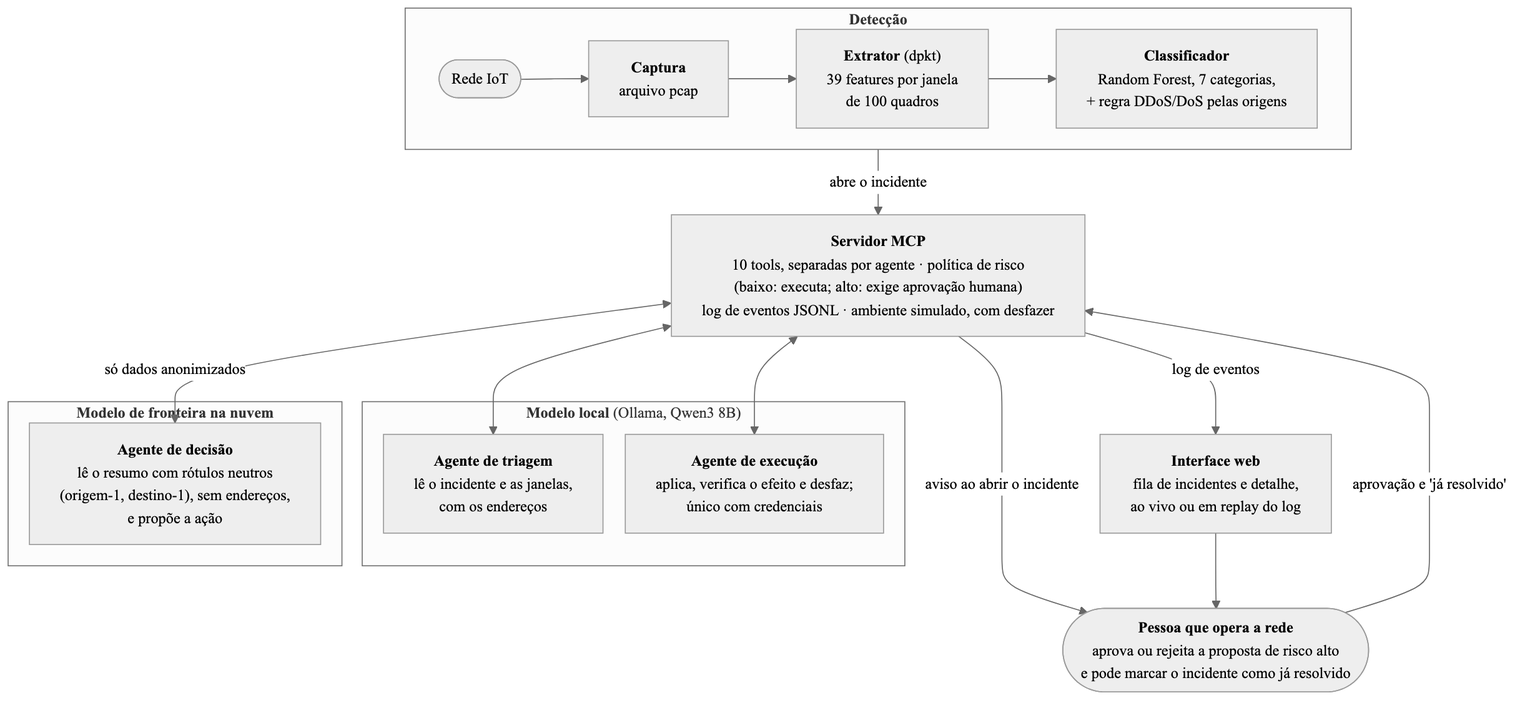
The Mermaid diagram artigo/figuras/arquitetura.png in stermiix/SentryIoT, before a commit. Its source is kept beside it as artigo/figuras/arquitetura.mmd.
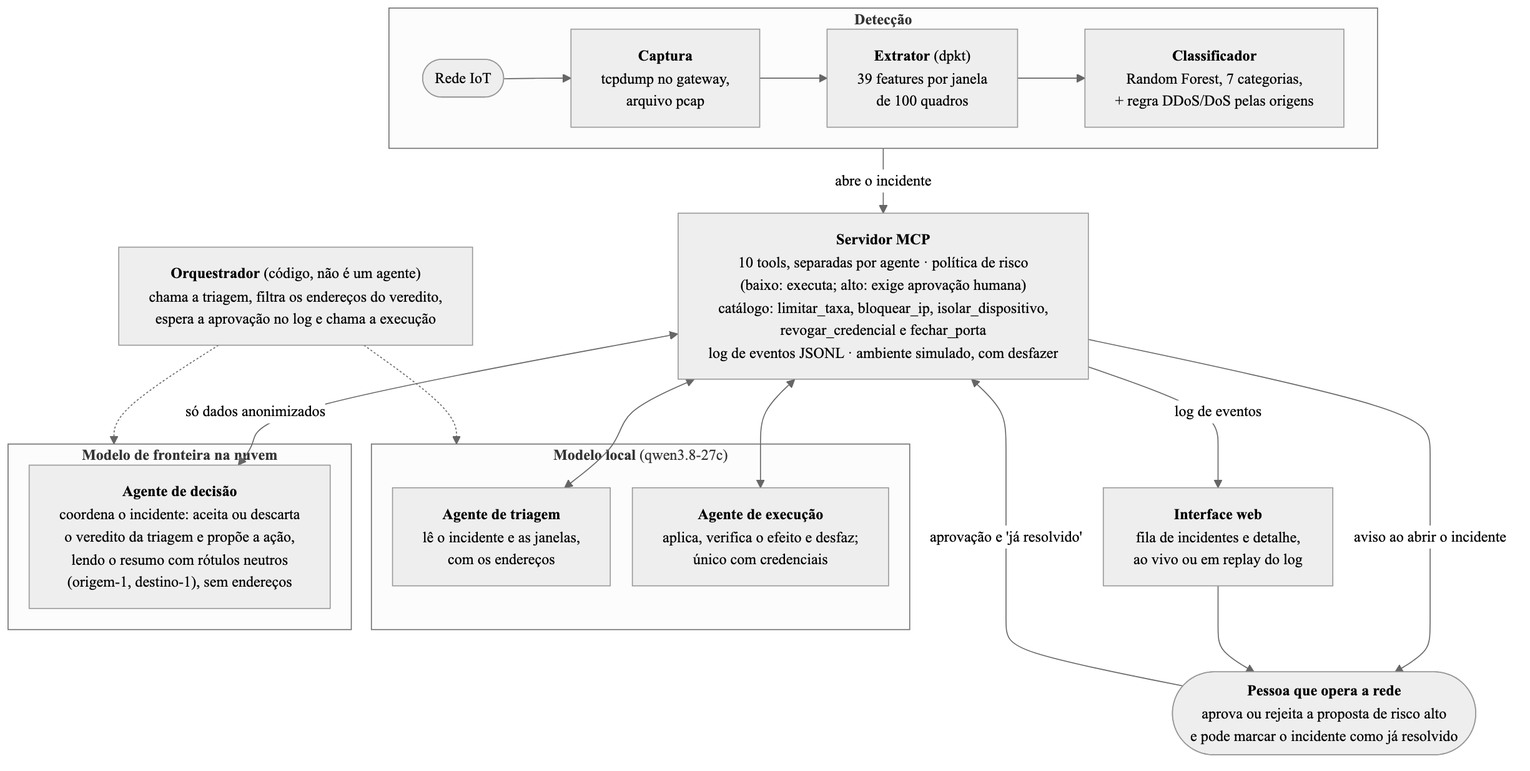
Above is the later version.

Diff of the diagram source:
```diff
@@ -2,22 +2,24 @@
 flowchart TB
     subgraph deteccao["<b>Detecção</b>"]
         direction LR
-        rede(["Rede IoT"]) --> captura["<b>Captura</b><br/>arquivo pcap"]
+        rede(["Rede IoT"]) --> captura["<b>Captura</b><br/>tcpdump no gateway,<br/>arquivo pcap"]
         captura --> extrator["<b>Extrator</b> (dpkt)<br/>39 features por janela<br/>de 100 quadros"]
         extrator --> rf["<b>Classificador</b><br/>Random Forest, 7 categorias,<br/>+ regra DDoS/DoS pelas origens"]
     end
 
-    mcp["<b>Servidor MCP</b><br/>10 tools, separadas por agente · política de risco<br/>(baixo: executa; alto: exige aprovação humana)<br/>log de eventos JSONL · ambiente simulado, com desfazer"]
+    mcp["<b>Servidor MCP</b><br/>10 tools, separadas por agente · política de risco<br/>(baixo: executa; alto: exige aprovação humana)<br/>catálogo: limitar_taxa, bloquear_ip, isolar_dispositivo,<br/>revogar_credencial e fechar_porta<br/>log de eventos JSONL · ambiente simulado, com desfazer"]
 
-    subgraph local["<b>Modelo local</b> (Ollama, Qwen3 8B)"]
+    subgraph local["<b>Modelo local</b> (qwen3.8-27c)"]
         direction LR
         triagem["<b>Agente de triagem</b><br/>lê o incidente e as janelas,<br/>com os endereços"]
         execucao["<b>Agente de execução</b><br/>aplica, verifica o efeito e desfaz;<br/>único com credenciais"]
     end
 
     subgraph nuvem["<b>Modelo de fronteira na nuvem</b>"]
-        decisao["<b>Agente de decisão</b><br/>lê o resumo com rótulos neutros<br/>(origem-1, destino-1), sem endereços,<br/>e propõe a ação"]
+        decisao["<b>Agente de decisão</b><br/>coordena o incidente: aceita ou descarta<br/>o veredito da triagem e propõe a ação,<br/>lendo o resumo com rótulos neutros<br/>(origem-1, destino-1), sem endereços"]
     end
+
+    orquestrador["<b>Orquestrador</b> (código, não é um agente)<br/>chama a triagem, filtra os endereços do veredito,<br/>espera a aprovação no log e chama a execução"]
 
     pessoa(["<b>Pessoa que opera a rede</b><br/>aprova ou rejeita a proposta de risco alto<br/>e pode marcar o incidente como já resolvido"])
     interface["<b>Interface web</b><br/>fila de incidentes e detalhe,<br/>ao vivo ou em replay do log"]
@@ -26,6 +28,8 @@
     mcp <--> triagem
     mcp <-- "só dados anonimizados" --> decisao
     mcp <--> execucao
+    orquestrador -.-> local
+    orquestrador -.-> nuvem
     mcp -- "aviso ao abrir o incidente" --> pessoa
     mcp -- "log de eventos" --> interface
     interface --> pessoa
```
